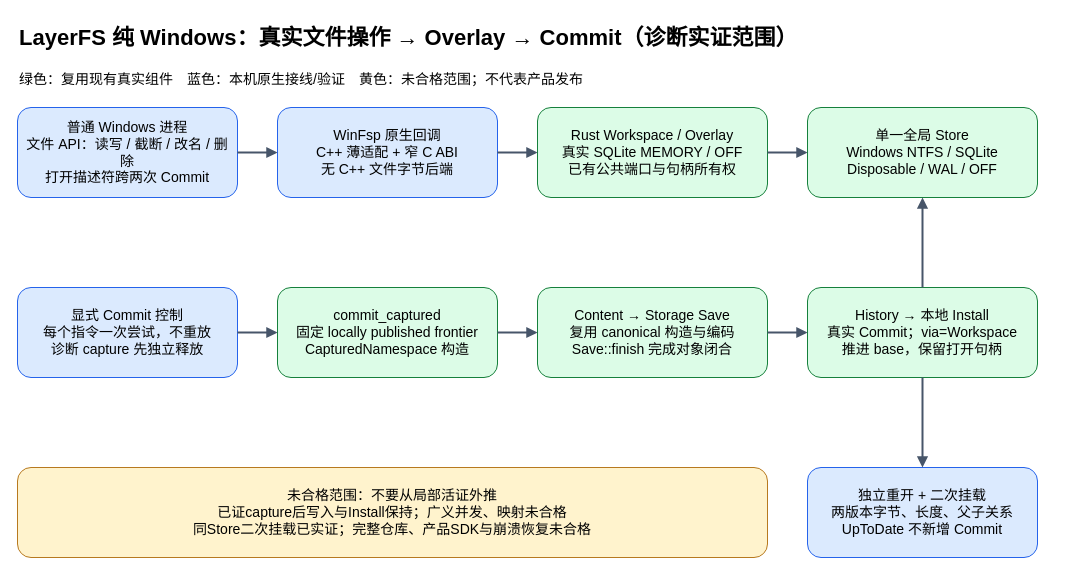
Above: core/docs/issues/352/WINDOWS-NATIVE-ARCHITECTURE.drawio in NelsonLongxiang/layerfs (draw.io), before the change. Source tidied: cells renumbered, new cells numbered last; positions are measured from the earlier drawing's top-left corner, leaving out a move shared by most shapes. Both pictures are drawn from the tidied source at 100%, with x=0, y=0 at pixel (17, 17).
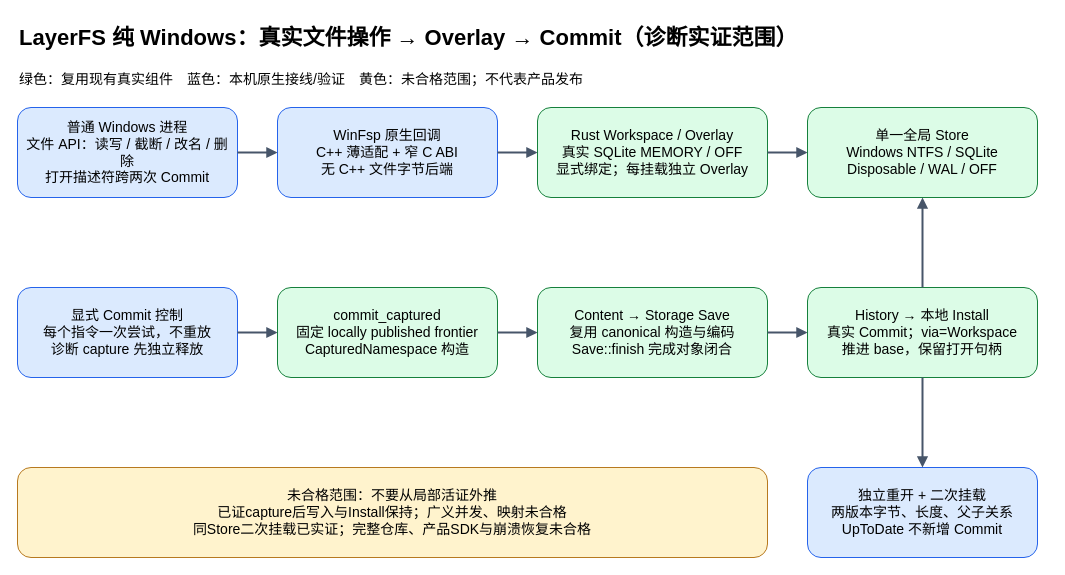
The same page after the edit.

What changed in the source:
```diff
@@
-    <mxCell id="6" value="Rust Workspace / Overlay&#10;真实 SQLite MEMORY / OFF&#10;已有公共端口与句柄所有权" style="rounded=1;whiteSpace=wrap;html=0;fillColor=#dcfce7;strokeColor=#16803c;fontSize=14;spacing=10;" parent="1" vertex="1">
+    <mxCell id="6" value="Rust Workspace / Overlay&#10;真实 SQLite MEMORY / OFF&#10;显式绑定；每挂载独立 Overlay" style="rounded=1;whiteSpace=wrap;html=0;fillColor=#dcfce7;strokeColor=#16803c;fontSize=14;spacing=10;" parent="1" vertex="1">
       <mxGeometry x="520" y="90" width="230" height="90" as="geometry" />
     </mxCell>
```
